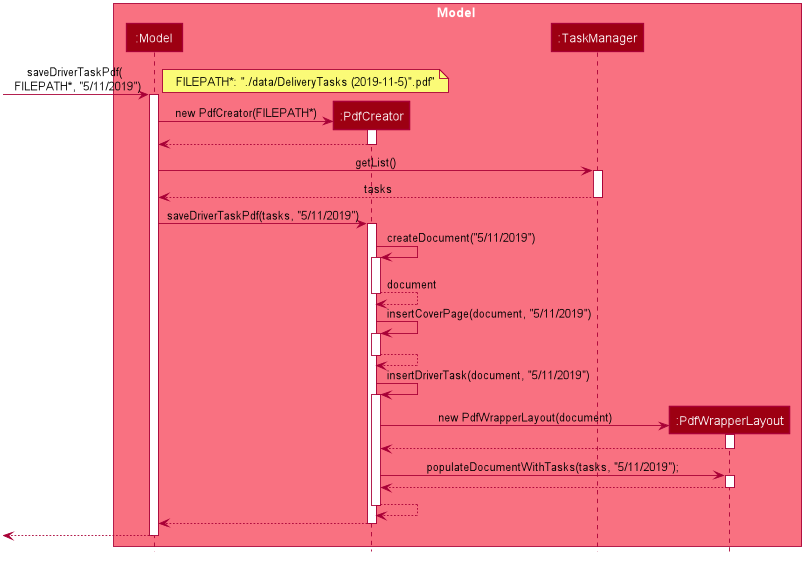
Above: docs/images/GeneratePdfSequenceDiagram.png in AY1920S1-CS2103-F14-4/main (PlantUML), before the change.
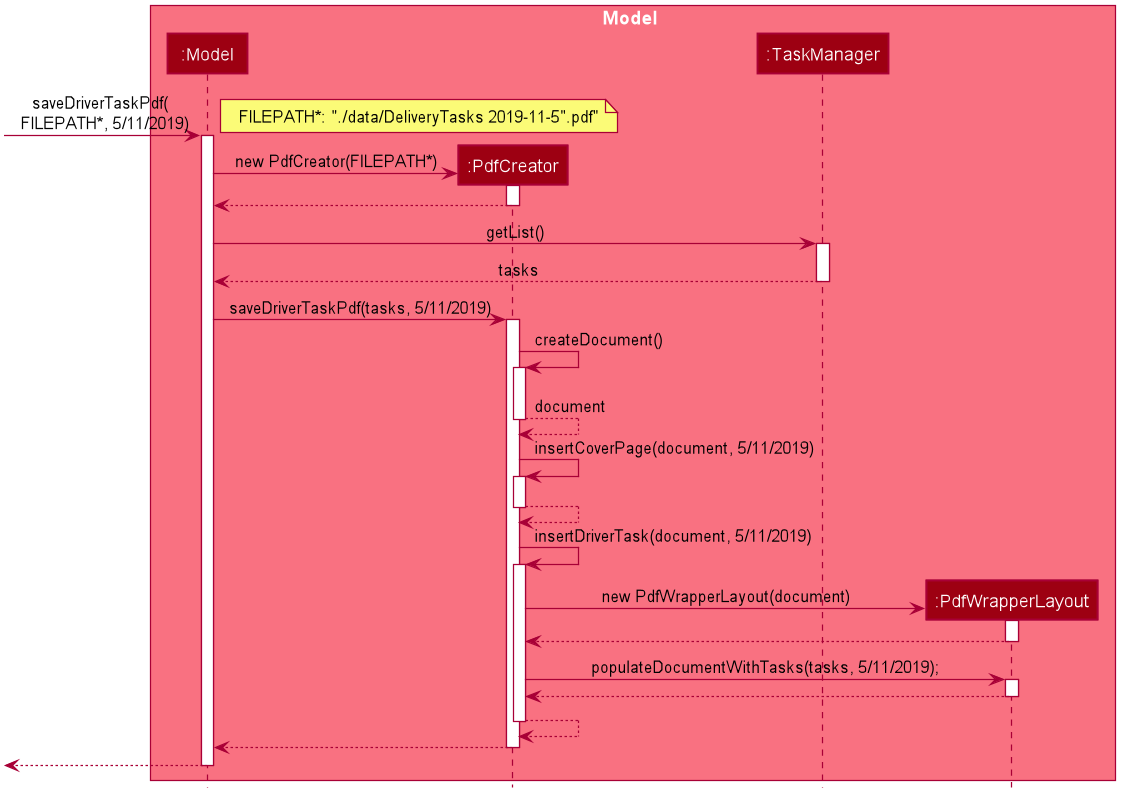
After the commit.

The edit, as a diff of the source:
```diff
@@ -59,8 +59,8 @@
 end box
 
 
-[-> Model : saveDriverTaskPdf( \n FILEPATH*, "5/11/2019")
-note right: FILEPATH*: "./data/DeliveryTasks (2019-11-5)".pdf"
+[-> Model : saveDriverTaskPdf( \n FILEPATH*, 5/11/2019)
+note right: FILEPATH*: "./data/DeliveryTasks 2019-11-5".pdf"
 activate Model
 
 create PdfCreator
@@ -76,16 +76,16 @@
 TaskManager --> Model: tasks
 deactivate TaskManager
 
-Model -> PdfCreator : saveDriverTaskPdf(tasks, "5/11/2019")
+Model -> PdfCreator : saveDriverTaskPdf(tasks, 5/11/2019)
 activate PdfCreator
 
-PdfCreator -> PdfCreator ++: createDocument("5/11/2019")
+PdfCreator -> PdfCreator ++: createDocument()
 PdfCreator --> PdfCreator --: document
 
-PdfCreator -> PdfCreator ++: insertCoverPage(document, "5/11/2019")
+PdfCreator -> PdfCreator ++: insertCoverPage(document, 5/11/2019)
 PdfCreator --> PdfCreator --
 
-PdfCreator -> PdfCreator ++: insertDriverTask(document, "5/11/2019")
+PdfCreator -> PdfCreator ++: insertDriverTask(document, 5/11/2019)
 
 create PdfWrapperLayout
 PdfCreator -> PdfWrapperLayout :  new PdfWrapperLayout(document)
@@ -94,7 +94,7 @@
 PdfWrapperLayout --> PdfCreator
 deactivate PdfWrapperLayout
 
-PdfCreator -> PdfWrapperLayout : populateDocumentWithTasks(tasks, "5/11/2019");
+PdfCreator -> PdfWrapperLayout : populateDocumentWithTasks(tasks, 5/11/2019);
 activate PdfWrapperLayout
 
 PdfWrapperLayout --> PdfCreator
```
